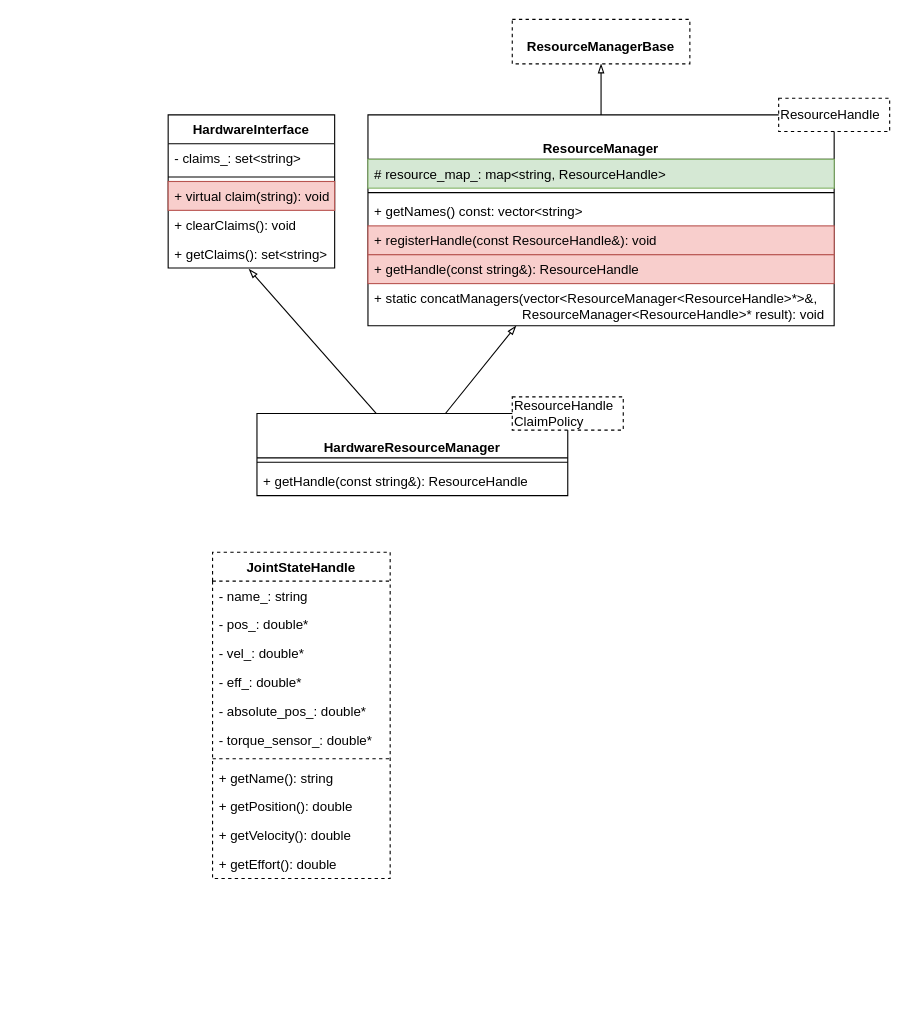
hitgavin/diagrams keeps this draw.io diagram as page "Page-1" (1 of 2) of ros_control/ros_control.drawio. Above is the earlier version. Source tidied: cells renumbered, new cells numbered last; positions are measured from the earlier drawing's top-left corner, leaving out a move shared by most shapes. Both pictures are drawn from the tidied source at 111%, with x=0, y=0 at pixel (168, 19).
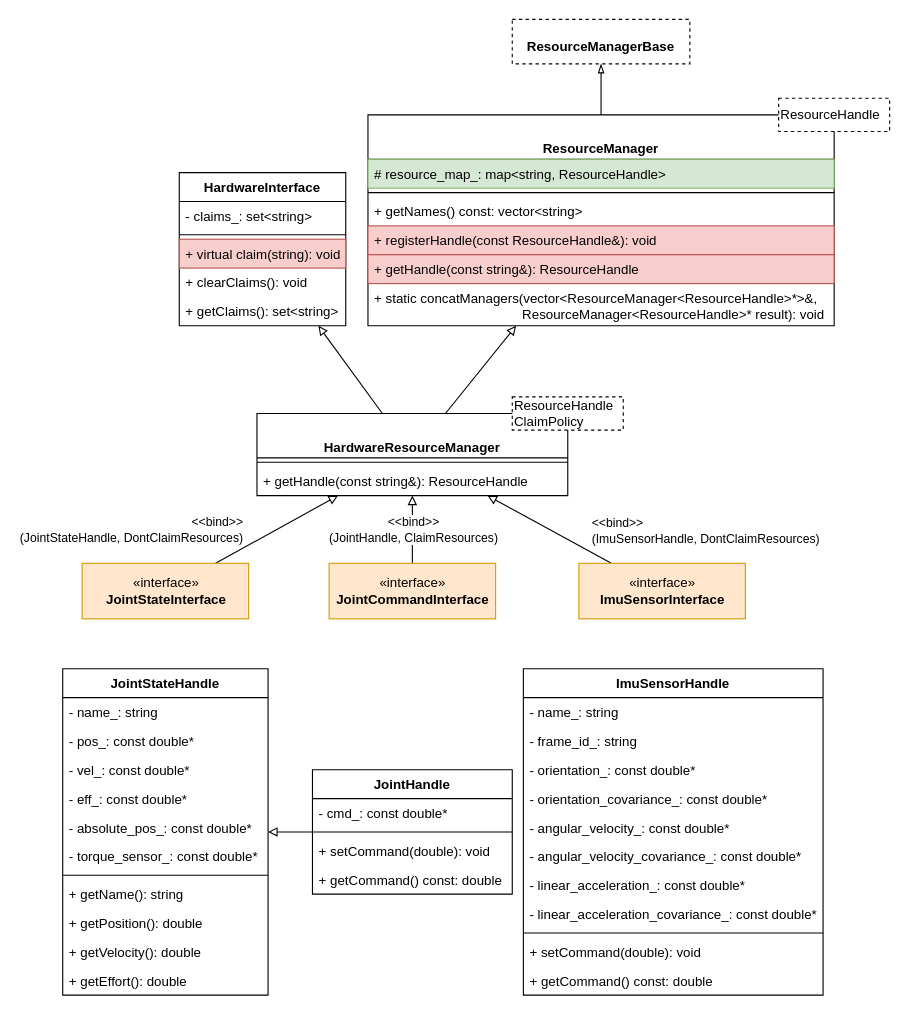
Above is the later version.

The change refers to these unchanged cells:
```xml
<mxCell id="7" value="+ getClaims(): set&lt;string&gt;" style="text;strokeColor=none;fillColor=none;align=left;verticalAlign=top;spacingLeft=4;spacingRight=4;overflow=hidden;points=[[0,0.5],[1,0.5]];portConstraint=eastwest;" parent="2" vertex="1">
  <mxGeometry y="112" width="150" height="26" as="geometry" />
</mxCell>
<mxCell id="10" value="HardwareResourceManager" style="swimlane;fontStyle=1;align=center;verticalAlign=bottom;horizontal=1;startSize=40;" parent="1" vertex="1">
  <mxGeometry x="80" y="355" width="280" height="74" as="geometry" />
</mxCell>
<mxCell id="15" value="ResourceManager" style="swimlane;fontStyle=1;align=center;verticalAlign=bottom;horizontal=1;startSize=40;" parent="1" vertex="1">
  <mxGeometry x="180" y="86" width="420" height="190" as="geometry" />
</mxCell>
```

Diff of the diagram source:
```diff
@@
     <mxCell id="2" value="HardwareInterface" style="swimlane;fontStyle=1;align=center;verticalAlign=top;horizontal=1;startSize=26;" parent="1" vertex="1">
-      <mxGeometry y="86" width="150" height="138" as="geometry" />
+      <mxGeometry x="10" y="138" width="150" height="138" as="geometry" />
     </mxCell>
@@
-    <mxCell id="8" style="rounded=0;jettySize=auto;html=1;entryX=0.485;entryY=1.034;entryDx=0;entryDy=0;entryPerimeter=0;endArrow=blockThin;endFill=0;" parent="1" edge="1" source="10" target="7">
+    <mxCell id="8" style="rounded=0;jettySize=auto;html=1;endArrow=block;endFill=0;" parent="1" edge="1" source="10" target="2">
       <mxGeometry relative="1" as="geometry" />
     </mxCell>
-    <mxCell id="9" style="edgeStyle=none;rounded=0;jettySize=auto;html=1;endArrow=blockThin;endFill=0;" parent="1" edge="1" source="10" target="15">
+    <mxCell id="9" style="edgeStyle=none;rounded=0;jettySize=auto;html=1;endArrow=block;endFill=0;" parent="1" edge="1" source="10" target="15">
       <mxGeometry relative="1" as="geometry" />
     </mxCell>
@@
-    <mxCell id="24" value="JointStateHandle" style="swimlane;fontStyle=1;align=center;verticalAlign=top;horizontal=1;startSize=26;dashed=1;" parent="1" vertex="1">
-      <mxGeometry x="40" y="480" width="160" height="294" as="geometry" />
+    <mxCell id="24" value="JointStateHandle" style="swimlane;fontStyle=1;align=center;verticalAlign=top;horizontal=1;startSize=26;" parent="1" vertex="1">
+      <mxGeometry x="-95" y="585" width="185" height="294" as="geometry" />
     </mxCell>
-    <mxCell id="25" value="- name_: string" style="text;strokeColor=none;fillColor=none;align=left;verticalAlign=top;spacingLeft=4;spacingRight=4;overflow=hidden;dashed=1;" parent="24" vertex="1">
-      <mxGeometry y="26" width="160" height="26" as="geometry" />
+    <mxCell id="25" value="- name_: string" style="text;strokeColor=none;fillColor=none;align=left;verticalAlign=top;spacingLeft=4;spacingRight=4;overflow=hidden;" parent="24" vertex="1">
+      <mxGeometry y="26" width="185" height="26" as="geometry" />
     </mxCell>
-    <mxCell id="26" value="- pos_: double*" style="text;strokeColor=none;fillColor=none;align=left;verticalAlign=top;spacingLeft=4;spacingRight=4;overflow=hidden;dashed=1;" parent="24" vertex="1">
-      <mxGeometry y="52" width="160" height="26" as="geometry" />
+    <mxCell id="26" value="- pos_: const double*" style="text;strokeColor=none;fillColor=none;align=left;verticalAlign=top;spacingLeft=4;spacingRight=4;overflow=hidden;" parent="24" vertex="1">
+      <mxGeometry y="52" width="185" height="26" as="geometry" />
     </mxCell>
-    <mxCell id="27" value="- vel_: double*" style="text;strokeColor=none;fillColor=none;align=left;verticalAlign=top;spacingLeft=4;spacingRight=4;overflow=hidden;dashed=1;" parent="24" vertex="1">
-      <mxGeometry y="78" width="160" height="26" as="geometry" />
+    <mxCell id="27" value="- vel_: const double*" style="text;strokeColor=none;fillColor=none;align=left;verticalAlign=top;spacingLeft=4;spacingRight=4;overflow=hidden;" parent="24" vertex="1">
+      <mxGeometry y="78" width="185" height="26" as="geometry" />
     </mxCell>
-    <mxCell id="28" value="- eff_: double*" style="text;strokeColor=none;fillColor=none;align=left;verticalAlign=top;spacingLeft=4;spacingRight=4;overflow=hidden;dashed=1;" parent="24" vertex="1">
-      <mxGeometry y="104" width="160" height="26" as="geometry" />
+    <mxCell id="28" value="- eff_: const double*" style="text;strokeColor=none;fillColor=none;align=left;verticalAlign=top;spacingLeft=4;spacingRight=4;overflow=hidden;" parent="24" vertex="1">
+      <mxGeometry y="104" width="185" height="26" as="geometry" />
     </mxCell>
-    <mxCell id="29" value="- absolute_pos_: double*" style="text;strokeColor=none;fillColor=none;align=left;verticalAlign=top;spacingLeft=4;spacingRight=4;overflow=hidden;dashed=1;" parent="24" vertex="1">
-      <mxGeometry y="130" width="160" height="26" as="geometry" />
+    <mxCell id="29" value="- absolute_pos_: const double*" style="text;strokeColor=none;fillColor=none;align=left;verticalAlign=top;spacingLeft=4;spacingRight=4;overflow=hidden;" parent="24" vertex="1">
+      <mxGeometry y="130" width="185" height="26" as="geometry" />
     </mxCell>
-    <mxCell id="30" value="- torque_sensor_: double*" style="text;strokeColor=none;fillColor=none;align=left;verticalAlign=top;spacingLeft=4;spacingRight=4;overflow=hidden;dashed=1;" parent="24" vertex="1">
-      <mxGeometry y="156" width="160" height="26" as="geometry" />
+    <mxCell id="30" value="- torque_sensor_: const double*" style="text;strokeColor=none;fillColor=none;align=left;verticalAlign=top;spacingLeft=4;spacingRight=4;overflow=hidden;" parent="24" vertex="1">
+      <mxGeometry y="156" width="185" height="26" as="geometry" />
     </mxCell>
-    <mxCell id="31" style="line;strokeWidth=1;fillColor=none;align=left;verticalAlign=middle;spacingTop=-1;spacingLeft=3;spacingRight=3;labelPosition=right;dashed=1;" parent="24" vertex="1">
-      <mxGeometry y="182" width="160" height="8" as="geometry" />
+    <mxCell id="31" style="line;strokeWidth=1;fillColor=none;align=left;verticalAlign=middle;spacingTop=-1;spacingLeft=3;spacingRight=3;labelPosition=right;" parent="24" vertex="1">
+      <mxGeometry y="182" width="185" height="8" as="geometry" />
     </mxCell>
-    <mxCell id="32" value="+ getName(): string" style="text;strokeColor=none;fillColor=none;align=left;verticalAlign=top;spacingLeft=4;spacingRight=4;overflow=hidden;dashed=1;" parent="24" vertex="1">
-      <mxGeometry y="190" width="160" height="26" as="geometry" />
+    <mxCell id="32" value="+ getName(): string" style="text;strokeColor=none;fillColor=none;align=left;verticalAlign=top;spacingLeft=4;spacingRight=4;overflow=hidden;" parent="24" vertex="1">
+      <mxGeometry y="190" width="185" height="26" as="geometry" />
     </mxCell>
-    <mxCell id="33" value="+ getPosition(): double" style="text;strokeColor=none;fillColor=none;align=left;verticalAlign=top;spacingLeft=4;spacingRight=4;overflow=hidden;dashed=1;" parent="24" vertex="1">
-      <mxGeometry y="216" width="160" height="26" as="geometry" />
+    <mxCell id="33" value="+ getPosition(): double" style="text;strokeColor=none;fillColor=none;align=left;verticalAlign=top;spacingLeft=4;spacingRight=4;overflow=hidden;" parent="24" vertex="1">
+      <mxGeometry y="216" width="185" height="26" as="geometry" />
     </mxCell>
-    <mxCell id="34" value="+ getVelocity(): double" style="text;strokeColor=none;fillColor=none;align=left;verticalAlign=top;spacingLeft=4;spacingRight=4;overflow=hidden;dashed=1;" parent="24" vertex="1">
-      <mxGeometry y="242" width="160" height="26" as="geometry" />
+    <mxCell id="34" value="+ getVelocity(): double" style="text;strokeColor=none;fillColor=none;align=left;verticalAlign=top;spacingLeft=4;spacingRight=4;overflow=hidden;" parent="24" vertex="1">
+      <mxGeometry y="242" width="185" height="26" as="geometry" />
     </mxCell>
-    <mxCell id="35" value="+ getEffort(): double" style="text;strokeColor=none;fillColor=none;align=left;verticalAlign=top;spacingLeft=4;spacingRight=4;overflow=hidden;dashed=1;" parent="24" vertex="1">
-      <mxGeometry y="268" width="160" height="26" as="geometry" />
+    <mxCell id="35" value="+ getEffort(): double" style="text;strokeColor=none;fillColor=none;align=left;verticalAlign=top;spacingLeft=4;spacingRight=4;overflow=hidden;" parent="24" vertex="1">
+      <mxGeometry y="268" width="185" height="26" as="geometry" />
     </mxCell>
+    <mxCell id="36" style="edgeStyle=none;rounded=0;jettySize=auto;html=1;endArrow=block;endFill=0;" parent="1" edge="1" source="37" target="24">
+      <mxGeometry relative="1" as="geometry" />
+    </mxCell>
+    <mxCell id="37" value="JointHandle" style="swimlane;fontStyle=1;align=center;verticalAlign=top;horizontal=1;startSize=26;" parent="1" vertex="1">
+      <mxGeometry x="130" y="676" width="180" height="112" as="geometry" />
+    </mxCell>
+    <mxCell id="38" value="- cmd_: const double*" style="text;strokeColor=none;fillColor=none;align=left;verticalAlign=top;spacingLeft=4;spacingRight=4;overflow=hidden;" parent="37" vertex="1">
+      <mxGeometry y="26" width="180" height="26" as="geometry" />
+    </mxCell>
+    <mxCell id="39" style="line;strokeWidth=1;fillColor=none;align=left;verticalAlign=middle;spacingTop=-1;spacingLeft=3;spacingRight=3;labelPosition=right;" parent="37" vertex="1">
+      <mxGeometry y="52" width="180" height="8" as="geometry" />
+    </mxCell>
+    <mxCell id="40" value="+ setCommand(double): void" style="text;strokeColor=none;fillColor=none;align=left;verticalAlign=top;spacingLeft=4;spacingRight=4;overflow=hidden;" parent="37" vertex="1">
+      <mxGeometry y="60" width="180" height="26" as="geometry" />
+    </mxCell>
+    <mxCell id="41" value="+ getCommand() const: double" style="text;strokeColor=none;fillColor=none;align=left;verticalAlign=top;spacingLeft=4;spacingRight=4;overflow=hidden;" parent="37" vertex="1">
+      <mxGeometry y="86" width="180" height="26" as="geometry" />
+    </mxCell>
+    <mxCell id="42" style="edgeStyle=none;rounded=0;jettySize=auto;html=1;endArrow=block;endFill=0;" parent="1" edge="1" source="44" target="10">
+      <mxGeometry relative="1" as="geometry" />
+    </mxCell>
+    <mxCell id="43" value="&amp;lt;&amp;lt;bind&amp;gt;&amp;gt;&lt;br&gt;(JointHandle, ClaimResources)" style="edgeLabel;html=1;align=center;verticalAlign=middle;" parent="42" vertex="1">
+      <mxGeometry x="-0.19" y="-1" relative="1" as="geometry">
+        <mxPoint x="-1" y="-6" as="offset" />
+      </mxGeometry>
+    </mxCell>
+    <mxCell id="44" value="«interface»&lt;br&gt;&lt;b&gt;JointCommandInterface&lt;/b&gt;" style="html=1;fillColor=#ffe6cc;strokeColor=#d79b00;" parent="1" vertex="1">
+      <mxGeometry x="145" y="490" width="150" height="50" as="geometry" />
+    </mxCell>
+    <mxCell id="45" style="edgeStyle=none;rounded=0;jettySize=auto;html=1;endArrow=block;endFill=0;" parent="1" edge="1" source="47" target="10">
+      <mxGeometry relative="1" as="geometry" />
+    </mxCell>
+    <mxCell id="46" value="&lt;span style=&quot;font-family: &amp;#34;helvetica&amp;#34;&quot;&gt;&amp;lt;&amp;lt;bind&amp;gt;&amp;gt;&lt;/span&gt;&lt;br style=&quot;font-family: &amp;#34;helvetica&amp;#34;&quot;&gt;&lt;span style=&quot;font-family: &amp;#34;helvetica&amp;#34;&quot;&gt;(JointStateHandle, DontClaimResources)&lt;/span&gt;" style="edgeLabel;html=1;align=right;verticalAlign=middle;" parent="45" vertex="1">
+      <mxGeometry x="-0.34" y="1" relative="1" as="geometry">
+        <mxPoint x="-11" y="-9" as="offset" />
+      </mxGeometry>
+    </mxCell>
+    <mxCell id="47" value="«interface»&lt;br&gt;&lt;b&gt;JointStateInterface&lt;/b&gt;" style="html=1;fillColor=#ffe6cc;strokeColor=#d79b00;" parent="1" vertex="1">
+      <mxGeometry x="-77.5" y="490" width="150" height="50" as="geometry" />
+    </mxCell>
+    <mxCell id="48" value="ImuSensorHandle" style="swimlane;fontStyle=1;align=center;verticalAlign=top;horizontal=1;startSize=26;" parent="1" vertex="1">
+      <mxGeometry x="320" y="585" width="270" height="294" as="geometry" />
+    </mxCell>
+    <mxCell id="49" value="- name_: string" style="text;strokeColor=none;fillColor=none;align=left;verticalAlign=top;spacingLeft=4;spacingRight=4;overflow=hidden;" parent="48" vertex="1">
+      <mxGeometry y="26" width="270" height="26" as="geometry" />
+    </mxCell>
+    <mxCell id="50" value="- frame_id_: string" style="text;strokeColor=none;fillColor=none;align=left;verticalAlign=top;spacingLeft=4;spacingRight=4;overflow=hidden;" parent="48" vertex="1">
+      <mxGeometry y="52" width="270" height="26" as="geometry" />
+    </mxCell>
+    <mxCell id="51" value="- orientation_: const double*" style="text;strokeColor=none;fillColor=none;align=left;verticalAlign=top;spacingLeft=4;spacingRight=4;overflow=hidden;" parent="48" vertex="1">
+      <mxGeometry y="78" width="270" height="26" as="geometry" />
+    </mxCell>
+    <mxCell id="52" value="- orientation_covariance_: const double*" style="text;strokeColor=none;fillColor=none;align=left;verticalAlign=top;spacingLeft=4;spacingRight=4;overflow=hidden;" parent="48" vertex="1">
+      <mxGeometry y="104" width="270" height="26" as="geometry" />
+    </mxCell>
+    <mxCell id="53" value="- angular_velocity_: const double*" style="text;strokeColor=none;fillColor=none;align=left;verticalAlign=top;spacingLeft=4;spacingRight=4;overflow=hidden;" parent="48" vertex="1">
+      <mxGeometry y="130" width="270" height="26" as="geometry" />
+    </mxCell>
+    <mxCell id="54" value="- angular_velocity_covariance_: const double*" style="text;strokeColor=none;fillColor=none;align=left;verticalAlign=top;spacingLeft=4;spacingRight=4;overflow=hidden;" parent="48" vertex="1">
+      <mxGeometry y="156" width="270" height="26" as="geometry" />
+    </mxCell>
+    <mxCell id="55" value="- linear_acceleration_: const double*" style="text;strokeColor=none;fillColor=none;align=left;verticalAlign=top;spacingLeft=4;spacingRight=4;overflow=hidden;" parent="48" vertex="1">
+      <mxGeometry y="182" width="270" height="26" as="geometry" />
+    </mxCell>
+    <mxCell id="56" value="- linear_acceleration_covariance_: const double*" style="text;strokeColor=none;fillColor=none;align=left;verticalAlign=top;spacingLeft=4;spacingRight=4;overflow=hidden;" parent="48" vertex="1">
+      <mxGeometry y="208" width="270" height="26" as="geometry" />
+    </mxCell>
+    <mxCell id="57" style="line;strokeWidth=1;fillColor=none;align=left;verticalAlign=middle;spacingTop=-1;spacingLeft=3;spacingRight=3;labelPosition=right;" parent="48" vertex="1">
+      <mxGeometry y="234" width="270" height="8" as="geometry" />
+    </mxCell>
+    <mxCell id="58" value="+ setCommand(double): void" style="text;strokeColor=none;fillColor=none;align=left;verticalAlign=top;spacingLeft=4;spacingRight=4;overflow=hidden;" parent="48" vertex="1">
+      <mxGeometry y="242" width="270" height="26" as="geometry" />
+    </mxCell>
+    <mxCell id="59" value="+ getCommand() const: double" style="text;strokeColor=none;fillColor=none;align=left;verticalAlign=top;spacingLeft=4;spacingRight=4;overflow=hidden;" parent="48" vertex="1">
+      <mxGeometry y="268" width="270" height="26" as="geometry" />
+    </mxCell>
+    <mxCell id="60" style="edgeStyle=none;rounded=0;jettySize=auto;html=1;endArrow=block;endFill=0;" parent="1" edge="1" source="62" target="10">
+      <mxGeometry relative="1" as="geometry" />
+    </mxCell>
+    <mxCell id="61" value="&amp;lt;&amp;lt;bind&amp;gt;&amp;gt;&lt;br&gt;(ImuSensorHandle, DontClaimResources)" style="edgeLabel;html=1;align=left;verticalAlign=middle;" parent="60" vertex="1">
+      <mxGeometry x="-0.35" y="-1" relative="1" as="geometry">
+        <mxPoint x="16" y="-9" as="offset" />
+      </mxGeometry>
+    </mxCell>
+    <mxCell id="62" value="«interface»&lt;br&gt;&lt;b&gt;ImuSensorInterface&lt;/b&gt;" style="html=1;fillColor=#ffe6cc;strokeColor=#d79b00;" parent="1" vertex="1">
+      <mxGeometry x="370" y="490" width="150" height="50" as="geometry" />
+    </mxCell>
```
